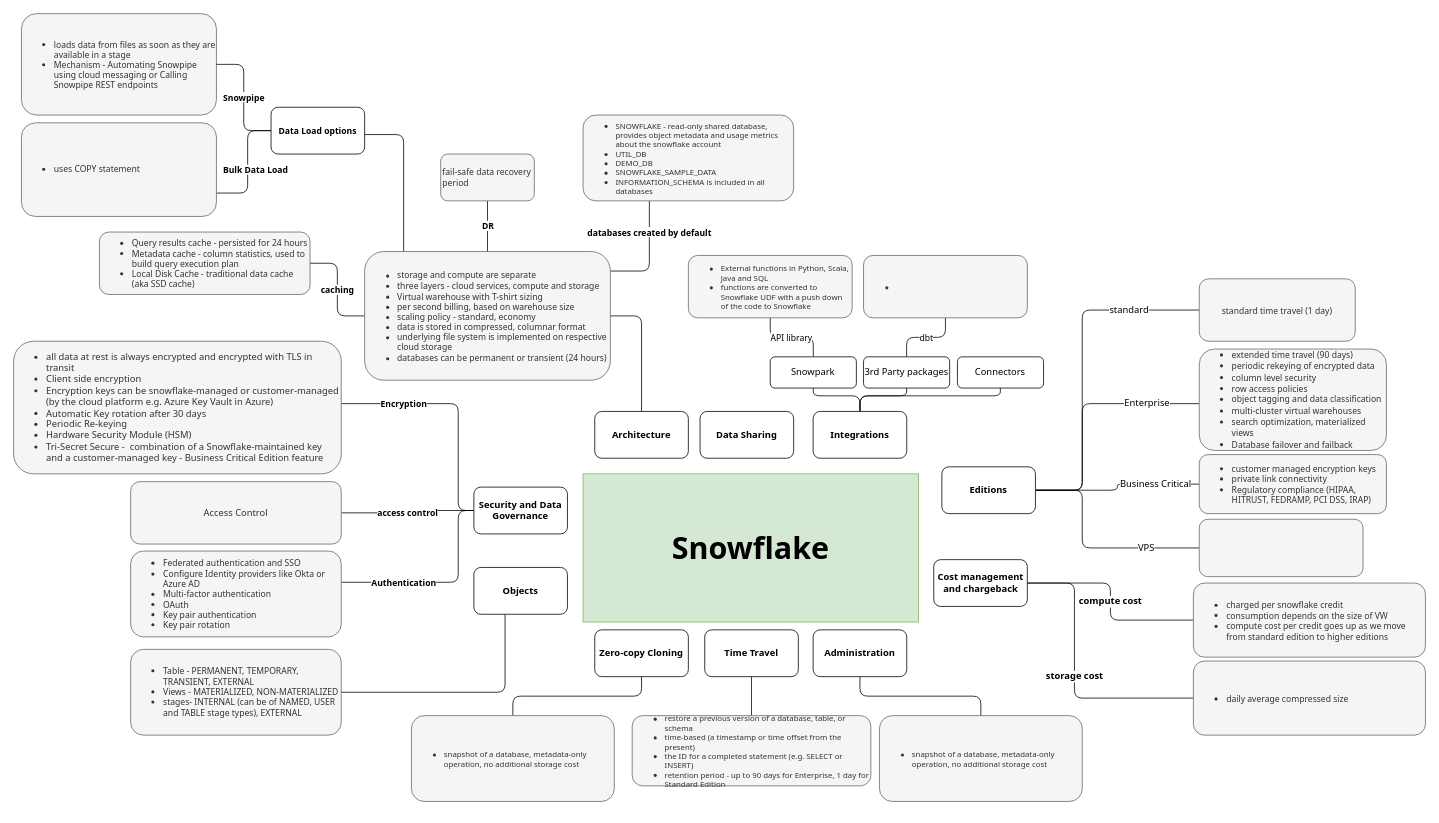
Before: page "Overview" (1 of 10) of Snowflake Mind Maps.drawio in kanchantewary/MindMaps, a draw.io diagram. Source tidied: cells renumbered, new cells numbered last; positions are measured from the earlier drawing's top-left corner, leaving out a move shared by most shapes. Both pictures are drawn from the tidied source at 78%, with x=0, y=0 at pixel (13, 13).
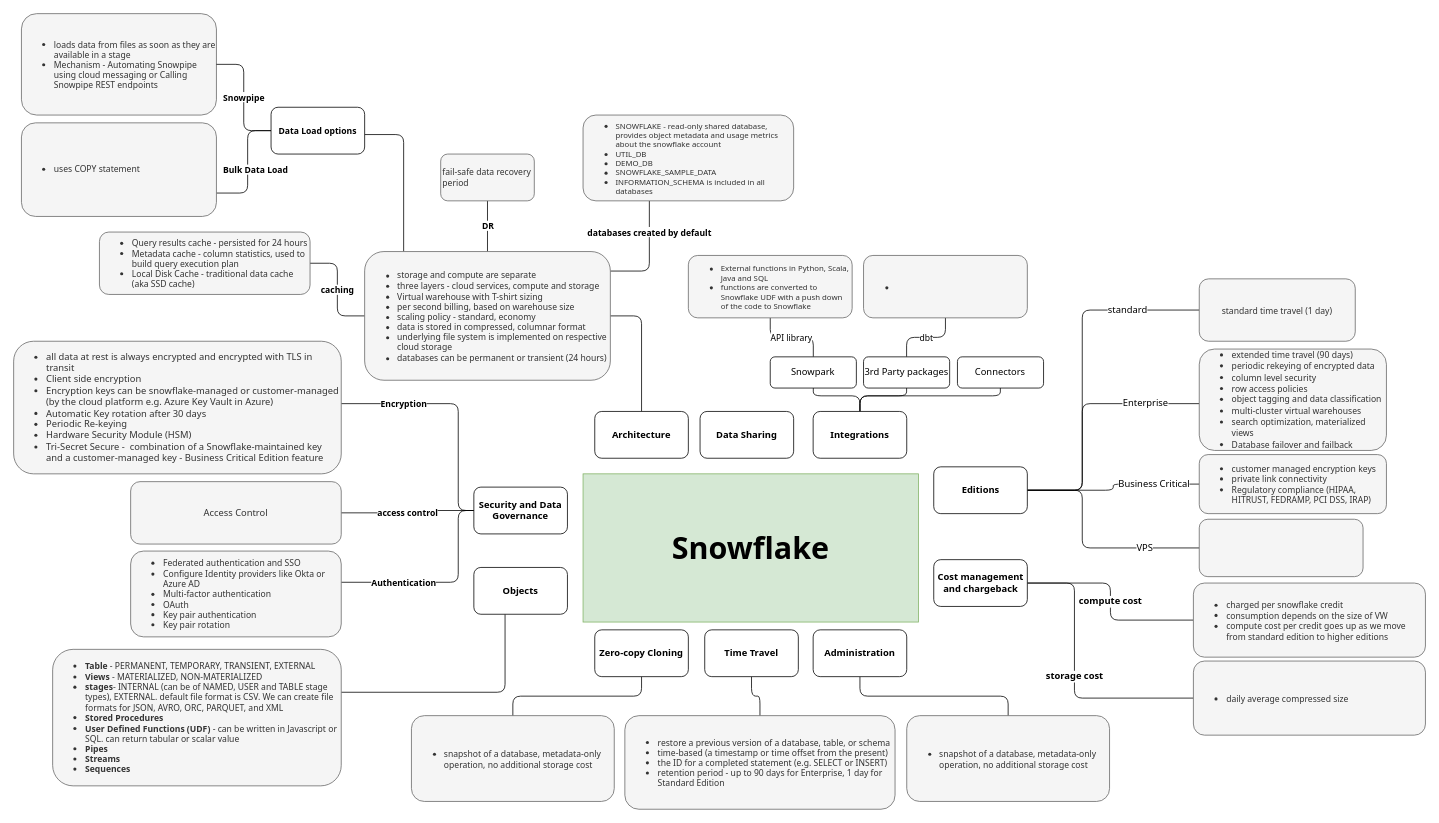
The same diagram, later.

Unchanged cells that the change refers to:
```xml
<mxCell id="62" value="Objects" style="rounded=1;whiteSpace=wrap;html=1;fontFamily=Tahoma;fontStyle=1;" parent="1" vertex="1">
  <mxGeometry x="590" y="710" width="120" height="60" as="geometry" />
</mxCell>
```

What changed in the source:
```diff
@@
     <mxCell id="12" value="Editions" style="rounded=1;whiteSpace=wrap;html=1;fontFamily=Tahoma;fontStyle=1;" parent="1" vertex="1">
-      <mxGeometry x="1190" y="581" width="120" height="60" as="geometry" />
+      <mxGeometry x="1179.6" y="581" width="120" height="60" as="geometry" />
     </mxCell>
@@
-    <mxCell id="22" value="&lt;ul&gt;&lt;li&gt;restore a previous version of a database, table, or schema&lt;br&gt;&lt;/li&gt;&lt;li&gt;time-based (a timestamp or time offset from the present)&lt;/li&gt;&lt;li&gt;the ID for a completed statement (e.g. SELECT or INSERT)&lt;/li&gt;&lt;li&gt;&lt;span style=&quot;text-align: center&quot;&gt;retention period - up to 90 days for Enterprise, 1 day for Standard Edition&lt;/span&gt;&lt;br&gt;&lt;/li&gt;&lt;/ul&gt;" style="rounded=1;whiteSpace=wrap;html=1;fontFamily=Tahoma;fillColor=#f5f5f5;fontColor=#333333;strokeColor=#666666;fontSize=10;align=left;" parent="1" vertex="1">
-      <mxGeometry x="793" y="900" width="306" height="90" as="geometry" />
+    <mxCell id="22" value="&lt;ul style=&quot;font-size: 11px&quot;&gt;&lt;li&gt;restore a previous version of a database, table, or schema&lt;br&gt;&lt;/li&gt;&lt;li&gt;time-based (a timestamp or time offset from the present)&lt;/li&gt;&lt;li&gt;the ID for a completed statement (e.g. SELECT or INSERT)&lt;/li&gt;&lt;li&gt;&lt;span style=&quot;text-align: center&quot;&gt;retention period - up to 90 days for Enterprise, 1 day for Standard Edition&lt;/span&gt;&lt;br&gt;&lt;/li&gt;&lt;/ul&gt;" style="rounded=1;whiteSpace=wrap;html=1;fontFamily=Tahoma;fillColor=#f5f5f5;fontColor=#333333;strokeColor=#666666;fontSize=10;align=left;" parent="1" vertex="1">
+      <mxGeometry x="783.6" y="900" width="346.4" height="120" as="geometry" />
     </mxCell>
@@
-    <mxCell id="50" value="&lt;ul&gt;&lt;li&gt;snapshot of a database, metadata-only operation, no additional storage cost&lt;/li&gt;&lt;/ul&gt;" style="rounded=1;whiteSpace=wrap;html=1;fontFamily=Tahoma;fillColor=#f5f5f5;fontColor=#333333;strokeColor=#666666;fontSize=10;align=left;" parent="1" vertex="1">
+    <mxCell id="50" value="&lt;ul&gt;&lt;li&gt;&lt;font style=&quot;font-size: 11px&quot;&gt;snapshot of a database, metadata-only operation, no additional storage cost&lt;/font&gt;&lt;/li&gt;&lt;/ul&gt;" style="rounded=1;whiteSpace=wrap;html=1;fontFamily=Tahoma;fillColor=#f5f5f5;fontColor=#333333;strokeColor=#666666;fontSize=10;align=left;" parent="1" vertex="1">
       <mxGeometry x="510" y="900" width="260" height="110" as="geometry" />
     </mxCell>
-    <mxCell id="51" value="&lt;ul&gt;&lt;li&gt;snapshot of a database, metadata-only operation, no additional storage cost&lt;/li&gt;&lt;/ul&gt;" style="rounded=1;whiteSpace=wrap;html=1;fontFamily=Tahoma;fillColor=#f5f5f5;fontColor=#333333;strokeColor=#666666;fontSize=10;align=left;" parent="1" vertex="1">
-      <mxGeometry x="1110" y="900" width="260" height="110" as="geometry" />
+    <mxCell id="51" value="&lt;ul&gt;&lt;li&gt;&lt;font style=&quot;font-size: 11px&quot;&gt;snapshot of a database, metadata-only operation, no additional storage cost&lt;/font&gt;&lt;/li&gt;&lt;/ul&gt;" style="rounded=1;whiteSpace=wrap;html=1;fontFamily=Tahoma;fillColor=#f5f5f5;fontColor=#333333;strokeColor=#666666;fontSize=10;align=left;" parent="1" vertex="1">
+      <mxGeometry x="1145" y="900" width="260" height="110" as="geometry" />
     </mxCell>
@@
-    <mxCell id="61" style="edgeStyle=orthogonalEdgeStyle;rounded=1;jettySize=auto;html=1;entryX=1;entryY=0.5;entryDx=0;entryDy=0;fontFamily=Tahoma;fontSize=11;endArrow=none;endFill=0;" parent="1" edge="1" source="62" target="63">
+    <mxCell id="61" style="edgeStyle=orthogonalEdgeStyle;rounded=1;jettySize=auto;html=1;fontFamily=Tahoma;fontSize=11;endArrow=none;endFill=0;" parent="1" edge="1" source="62" target="63">
       <mxGeometry relative="1" as="geometry">
         <Array as="points">
           <mxPoint x="630" y="870" />
         </Array>
       </mxGeometry>
     </mxCell>
@@
-    <mxCell id="63" value="&lt;ul&gt;&lt;li style=&quot;font-size: 11px&quot;&gt;Table - PERMANENT, TEMPORARY, TRANSIENT, EXTERNAL&lt;/li&gt;&lt;li style=&quot;font-size: 11px&quot;&gt;Views - MATERIALIZED, NON-MATERIALIZED&lt;/li&gt;&lt;li&gt;&lt;span style=&quot;font-size: 11px&quot;&gt;stages- INTERNAL (can be of NAMED, USER and TABLE stage types), EXTERNAL&lt;/span&gt;&lt;br&gt;&lt;/li&gt;&lt;/ul&gt;" style="rounded=1;whiteSpace=wrap;html=1;fontFamily=Tahoma;align=left;fillColor=#f5f5f5;fontColor=#333333;strokeColor=#666666;" parent="1" vertex="1">
-      <mxGeometry x="150" y="815" width="270" height="110" as="geometry" />
+    <mxCell id="63" value="&lt;p style=&quot;font-size: 11px&quot;&gt;&lt;/p&gt;&lt;ul style=&quot;font-size: 11px&quot;&gt;&lt;li&gt;&lt;b&gt;Table&lt;/b&gt; - PERMANENT, TEMPORARY, TRANSIENT, EXTERNAL&lt;/li&gt;&lt;li&gt;&lt;b&gt;Views&lt;/b&gt; - MATERIALIZED, NON-MATERIALIZED&lt;/li&gt;&lt;li&gt;&lt;b&gt;stages&lt;/b&gt;- INTERNAL (can be of NAMED, USER and TABLE stage types), EXTERNAL.&amp;nbsp;default file format is CSV. We can create file formats for JSON, AVRO, ORC, PARQUET, and XML&lt;/li&gt;&lt;li&gt;&lt;span&gt;&lt;b&gt;Stored Procedures&lt;/b&gt;&lt;/span&gt;&lt;/li&gt;&lt;li&gt;&lt;b&gt;User Defined Functions (UDF)&lt;/b&gt; - can be written in Javascript or SQL. can return tabular or scalar value&lt;/li&gt;&lt;li&gt;&lt;span&gt;&lt;b&gt;Pipes&lt;/b&gt;&lt;/span&gt;&lt;/li&gt;&lt;li&gt;&lt;span&gt;&lt;b&gt;Streams&lt;/b&gt;&lt;/span&gt;&lt;/li&gt;&lt;li&gt;&lt;span&gt;&lt;b&gt;Sequences&lt;/b&gt;&lt;br&gt;&lt;/span&gt;&lt;/li&gt;&lt;/ul&gt;&lt;p&gt;&lt;/p&gt;" style="rounded=1;whiteSpace=wrap;html=1;fontFamily=Tahoma;align=left;fillColor=#f5f5f5;fontColor=#333333;strokeColor=#666666;" parent="1" vertex="1">
+      <mxGeometry x="50" y="815" width="370" height="175" as="geometry" />
     </mxCell>
```
